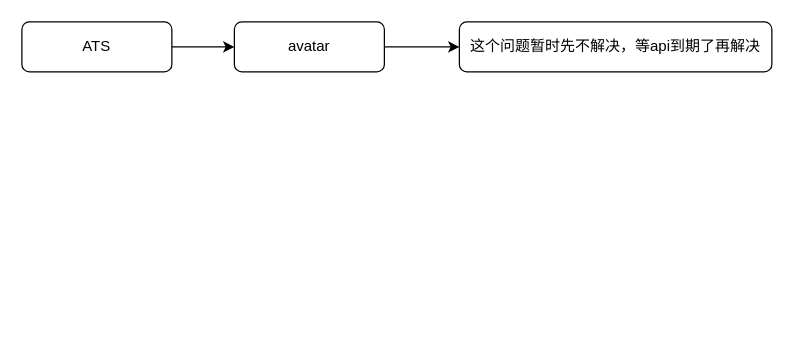
The draw.io diagram ATS.drawio in xyfll7/draw.io, before the edit. Source tidied: cells renumbered, new cells numbered last; positions are measured from the earlier drawing's top-left corner, leaving out a move shared by most shapes. Both pictures are drawn from the tidied source at 125%, with x=0, y=0 at pixel (21, 21).
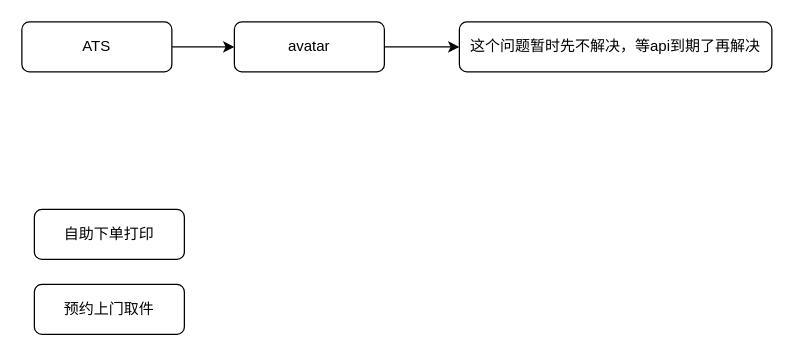
The same page after the edit.

Diff of the diagram source:
```diff
@@
 <mxGraphModel>
   <root>
     <mxCell id="0" />
     <mxCell id="1" parent="0" />
     <mxCell id="2" style="edgeStyle=orthogonalEdgeStyle;rounded=0;jettySize=auto;html=1;exitX=1;exitY=0.5;exitDx=0;exitDy=0;entryX=0;entryY=0.5;entryDx=0;entryDy=0;elbow=vertical;curved=1;" parent="1" edge="1" source="3" target="5">
       <mxGeometry relative="1" as="geometry" />
     </mxCell>
     <mxCell id="3" value="ATS" style="rounded=1;whiteSpace=wrap;html=1;" parent="1" vertex="1">
       <mxGeometry width="120" height="40" as="geometry" />
     </mxCell>
     <mxCell id="4" style="edgeStyle=orthogonalEdgeStyle;rounded=0;jettySize=auto;html=1;exitX=1;exitY=0.5;exitDx=0;exitDy=0;entryX=0;entryY=0.5;entryDx=0;entryDy=0;curved=1;" parent="1" edge="1" source="5" target="6">
       <mxGeometry relative="1" as="geometry" />
     </mxCell>
     <mxCell id="5" value="avatar" style="rounded=1;whiteSpace=wrap;html=1;" parent="1" vertex="1">
       <mxGeometry x="170" width="120" height="40" as="geometry" />
     </mxCell>
     <mxCell id="6" value="这个问题暂时先不解决，等api到期了再解决" style="rounded=1;whiteSpace=wrap;html=1;" parent="1" vertex="1">
       <mxGeometry x="350" width="250" height="40" as="geometry" />
     </mxCell>
+    <mxCell id="7" value="自助下单打印" style="rounded=1;whiteSpace=wrap;html=1;" parent="1" vertex="1">
+      <mxGeometry x="10" y="150" width="120" height="40" as="geometry" />
+    </mxCell>
+    <mxCell id="8" value="预约上门取件" style="rounded=1;whiteSpace=wrap;html=1;" parent="1" vertex="1">
+      <mxGeometry x="10" y="210" width="120" height="40" as="geometry" />
+    </mxCell>
   </root>
 </mxGraphModel>
```
